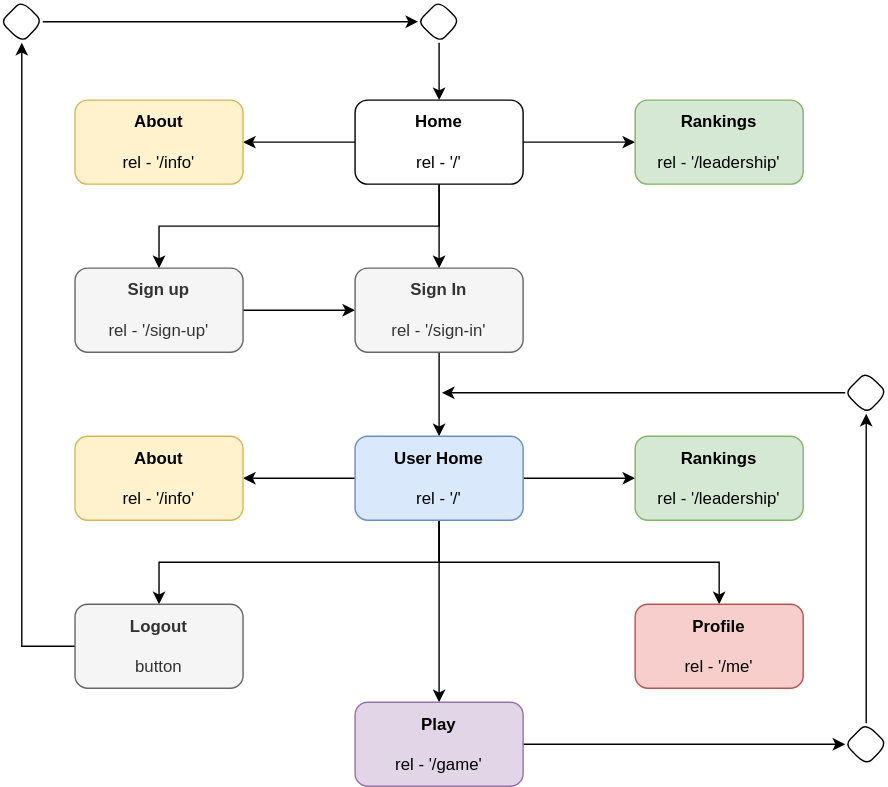
Above: docs/resources/spa.drawio.svg in MiguelRocha2001/ISEL-DAW-Battleships-Game (draw.io), before the change. Source tidied: cells renumbered, new cells last; positions are measured from the earlier drawing's top-left corner, leaving out a move shared by most shapes.
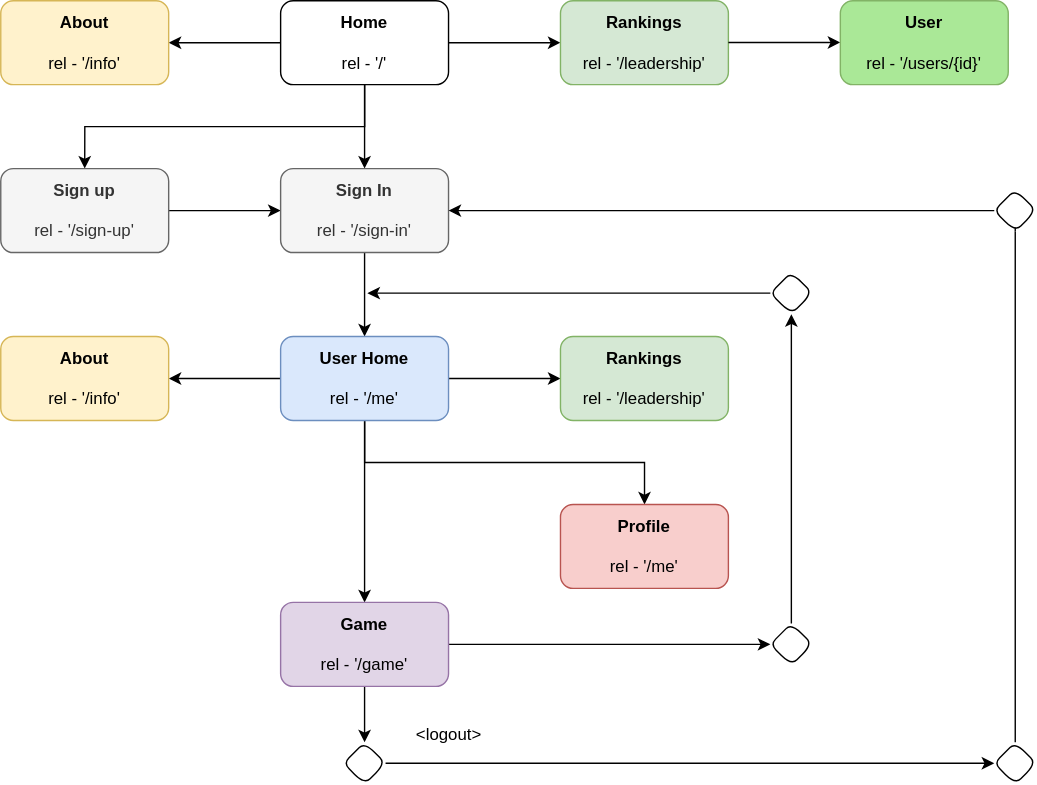
After the commit.

Diff of the diagram source:
```diff
@@ -46,14 +46,6 @@
     <mxCell id="14" style="edgeStyle=orthogonalEdgeStyle;rounded=0;jettySize=auto;html=1;entryX=0;entryY=0.5;entryDx=0;entryDy=0;" parent="1" edge="1" source="18" target="20">
       <mxGeometry relative="1" as="geometry" />
     </mxCell>
-    <mxCell id="15" style="edgeStyle=orthogonalEdgeStyle;rounded=0;jettySize=auto;html=1;" parent="1" edge="1" source="18" target="22">
-      <mxGeometry relative="1" as="geometry">
-        <Array as="points">
-          <mxPoint x="313" y="401" />
-          <mxPoint x="113" y="401" />
-        </Array>
-      </mxGeometry>
-    </mxCell>
     <mxCell id="16" style="edgeStyle=orthogonalEdgeStyle;rounded=0;jettySize=auto;html=1;" parent="1" edge="1" source="18" target="27">
       <mxGeometry relative="1" as="geometry">
         <Array as="points">
@@ -65,7 +57,7 @@
     <mxCell id="17" style="edgeStyle=orthogonalEdgeStyle;rounded=0;jettySize=auto;html=1;" parent="1" edge="1" source="18" target="29">
       <mxGeometry relative="1" as="geometry" />
     </mxCell>
-    <mxCell id="18" value="&lt;b&gt;User Home&lt;/b&gt;&lt;br&gt;&lt;br&gt;rel - '/'" style="rounded=1;whiteSpace=wrap;html=1;fillColor=#dae8fc;strokeColor=#6c8ebf;" parent="1" vertex="1">
+    <mxCell id="18" value="&lt;b&gt;User Home&lt;/b&gt;&lt;br&gt;&lt;br&gt;rel - '/me'" style="rounded=1;whiteSpace=wrap;html=1;fillColor=#dae8fc;strokeColor=#6c8ebf;" parent="1" vertex="1">
       <mxGeometry x="253" y="311" width="120" height="60" as="geometry" />
     </mxCell>
     <mxCell id="19" value="&lt;b&gt;About&lt;/b&gt;&lt;br&gt;&lt;br&gt;rel - '/info'" style="rounded=1;whiteSpace=wrap;html=1;fillColor=#fff2cc;strokeColor=#d6b656;" parent="1" vertex="1">
@@ -74,31 +66,16 @@
     <mxCell id="20" value="&lt;b&gt;Rankings&lt;/b&gt;&lt;br&gt;&lt;br&gt;rel - '/leadership'" style="rounded=1;whiteSpace=wrap;html=1;fillColor=#d5e8d4;strokeColor=#82b366;" parent="1" vertex="1">
       <mxGeometry x="453" y="311" width="120" height="60" as="geometry" />
     </mxCell>
-    <mxCell id="21" style="edgeStyle=orthogonalEdgeStyle;rounded=0;jettySize=auto;html=1;entryX=0.5;entryY=1;entryDx=0;entryDy=0;" parent="1" edge="1" source="22" target="26">
-      <mxGeometry relative="1" as="geometry" />
-    </mxCell>
-    <mxCell id="22" value="&lt;b&gt;Logout&lt;/b&gt;&lt;br&gt;&lt;br&gt;button" style="rounded=1;whiteSpace=wrap;html=1;fillColor=#f5f5f5;strokeColor=#666666;fontColor=#333333;" parent="1" vertex="1">
-      <mxGeometry x="53" y="431" width="120" height="60" as="geometry" />
-    </mxCell>
-    <mxCell id="23" style="edgeStyle=orthogonalEdgeStyle;rounded=0;jettySize=auto;html=1;entryX=0.5;entryY=0;entryDx=0;entryDy=0;" parent="1" edge="1" source="24" target="6">
-      <mxGeometry relative="1" as="geometry" />
-    </mxCell>
-    <mxCell id="24" style="rhombus;whiteSpace=wrap;html=1;rounded=1;" parent="1" vertex="1">
-      <mxGeometry x="298" width="30" height="30" as="geometry" />
-    </mxCell>
-    <mxCell id="25" style="edgeStyle=orthogonalEdgeStyle;rounded=0;jettySize=auto;html=1;entryX=0;entryY=0.5;entryDx=0;entryDy=0;" parent="1" edge="1" source="26" target="24">
-      <mxGeometry relative="1" as="geometry" />
-    </mxCell>
-    <mxCell id="26" style="rhombus;whiteSpace=wrap;html=1;rounded=1;" parent="1" vertex="1">
-      <mxGeometry width="30" height="30" as="geometry" />
-    </mxCell>
     <mxCell id="27" value="&lt;b&gt;Profile&lt;/b&gt;&lt;br&gt;&lt;br&gt;rel - '/me'" style="rounded=1;whiteSpace=wrap;html=1;fillColor=#f8cecc;strokeColor=#b85450;" parent="1" vertex="1">
       <mxGeometry x="453" y="431" width="120" height="60" as="geometry" />
     </mxCell>
     <mxCell id="28" style="edgeStyle=orthogonalEdgeStyle;rounded=0;jettySize=auto;html=1;entryX=0;entryY=0.5;entryDx=0;entryDy=0;" parent="1" edge="1" source="29" target="31">
       <mxGeometry relative="1" as="geometry" />
     </mxCell>
+    <mxCell id="34" style="edgeStyle=none;html=1;entryX=0.5;entryY=0;entryDx=0;entryDy=0;" parent="1" edge="1" source="29" target="38">
+      <mxGeometry relative="1" as="geometry" />
+    </mxCell>
-    <mxCell id="29" value="&lt;b&gt;Play&lt;/b&gt;&lt;br&gt;&lt;br&gt;rel - '/game'" style="rounded=1;whiteSpace=wrap;html=1;fillColor=#e1d5e7;strokeColor=#9673a6;" parent="1" vertex="1">
+    <mxCell id="29" value="&lt;b&gt;Game&lt;/b&gt;&lt;br&gt;&lt;br&gt;rel - '/game'" style="rounded=1;whiteSpace=wrap;html=1;fillColor=#e1d5e7;strokeColor=#9673a6;" parent="1" vertex="1">
       <mxGeometry x="253" y="501" width="120" height="60" as="geometry" />
     </mxCell>
     <mxCell id="30" style="edgeStyle=orthogonalEdgeStyle;rounded=0;jettySize=auto;html=1;entryX=0.5;entryY=1;entryDx=0;entryDy=0;" parent="1" edge="1" source="31" target="33">
@@ -115,5 +92,42 @@
     <mxCell id="33" style="rhombus;whiteSpace=wrap;html=1;rounded=1;" parent="1" vertex="1">
       <mxGeometry x="603" y="265" width="30" height="30" as="geometry" />
     </mxCell>
+    <mxCell id="35" style="edgeStyle=orthogonalEdgeStyle;rounded=0;orthogonalLoop=1;jettySize=auto;html=1;entryX=0;entryY=0.5;entryDx=0;entryDy=0;" parent="1" edge="1">
+      <mxGeometry relative="1" as="geometry">
+        <mxPoint x="573" y="100.8" as="sourcePoint" />
+        <mxPoint x="653" y="100.8" as="targetPoint" />
+      </mxGeometry>
+    </mxCell>
+    <mxCell id="36" value="&lt;b&gt;User&lt;/b&gt;&lt;br&gt;&lt;br&gt;rel - '/users/{id}'" style="rounded=1;whiteSpace=wrap;html=1;fillColor=#AAE897;strokeColor=#82b366;" parent="1" vertex="1">
+      <mxGeometry x="653" y="71" width="120" height="60" as="geometry" />
+    </mxCell>
+    <mxCell id="37" style="edgeStyle=none;html=1;" parent="1" edge="1" source="38">
+      <mxGeometry relative="1" as="geometry">
+        <mxPoint x="763" y="616" as="targetPoint" />
+      </mxGeometry>
+    </mxCell>
+    <mxCell id="38" style="rhombus;whiteSpace=wrap;html=1;rounded=1;" parent="1" vertex="1">
+      <mxGeometry x="298" y="601" width="30" height="30" as="geometry" />
+    </mxCell>
+    <mxCell id="39" style="edgeStyle=none;html=1;startArrow=none;" parent="1" edge="1" source="43">
+      <mxGeometry relative="1" as="geometry">
+        <mxPoint x="778" y="221" as="targetPoint" />
+      </mxGeometry>
+    </mxCell>
+    <mxCell id="40" style="rhombus;whiteSpace=wrap;html=1;rounded=1;" parent="1" vertex="1">
+      <mxGeometry x="763" y="601" width="30" height="30" as="geometry" />
+    </mxCell>
+    <mxCell id="41" style="edgeStyle=none;html=1;endArrow=none;" parent="1" edge="1" source="40" target="43">
+      <mxGeometry relative="1" as="geometry" />
+    </mxCell>
+    <mxCell id="42" style="edgeStyle=none;html=1;entryX=1;entryY=0.5;entryDx=0;entryDy=0;" parent="1" edge="1" source="43" target="12">
+      <mxGeometry relative="1" as="geometry" />
+    </mxCell>
+    <mxCell id="43" style="rhombus;whiteSpace=wrap;html=1;rounded=1;" parent="1" vertex="1">
+      <mxGeometry x="763" y="206" width="30" height="30" as="geometry" />
+    </mxCell>
+    <mxCell id="44" value="&amp;lt;logout&amp;gt;" style="text;html=1;align=center;verticalAlign=middle;strokeColor=none;fillColor=none;" parent="1" vertex="1">
+      <mxGeometry x="338" y="581" width="70" height="30" as="geometry" />
+    </mxCell>
   </root>
 </mxGraphModel>
```
